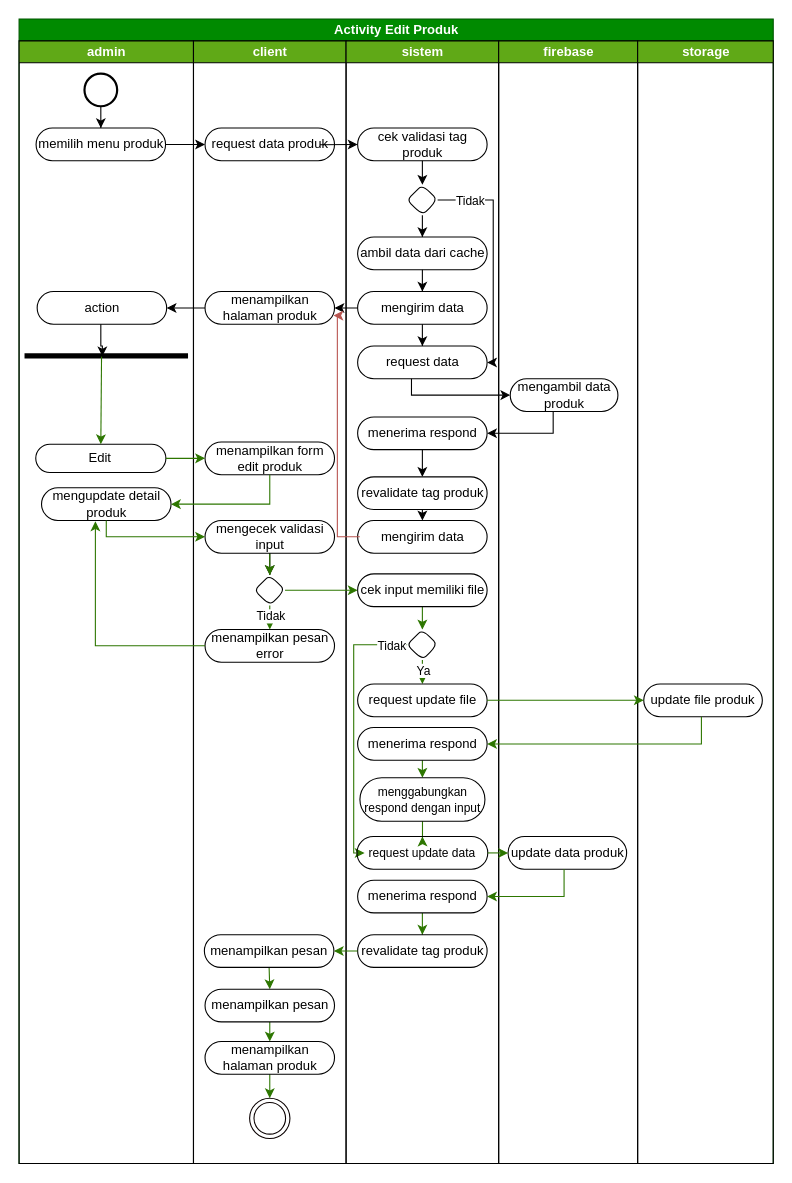
Earlier version of the draw.io diagram page "activity edit produk" (29 of 43) of skrpsian.drawio (ThikerXCX/umltoko). Source tidied: cells renumbered, new cells numbered last; positions are measured from the earlier drawing's top-left corner, leaving out a move shared by most shapes. Both pictures are drawn from the tidied source at 109%, with x=0, y=0 at pixel (19, 19).
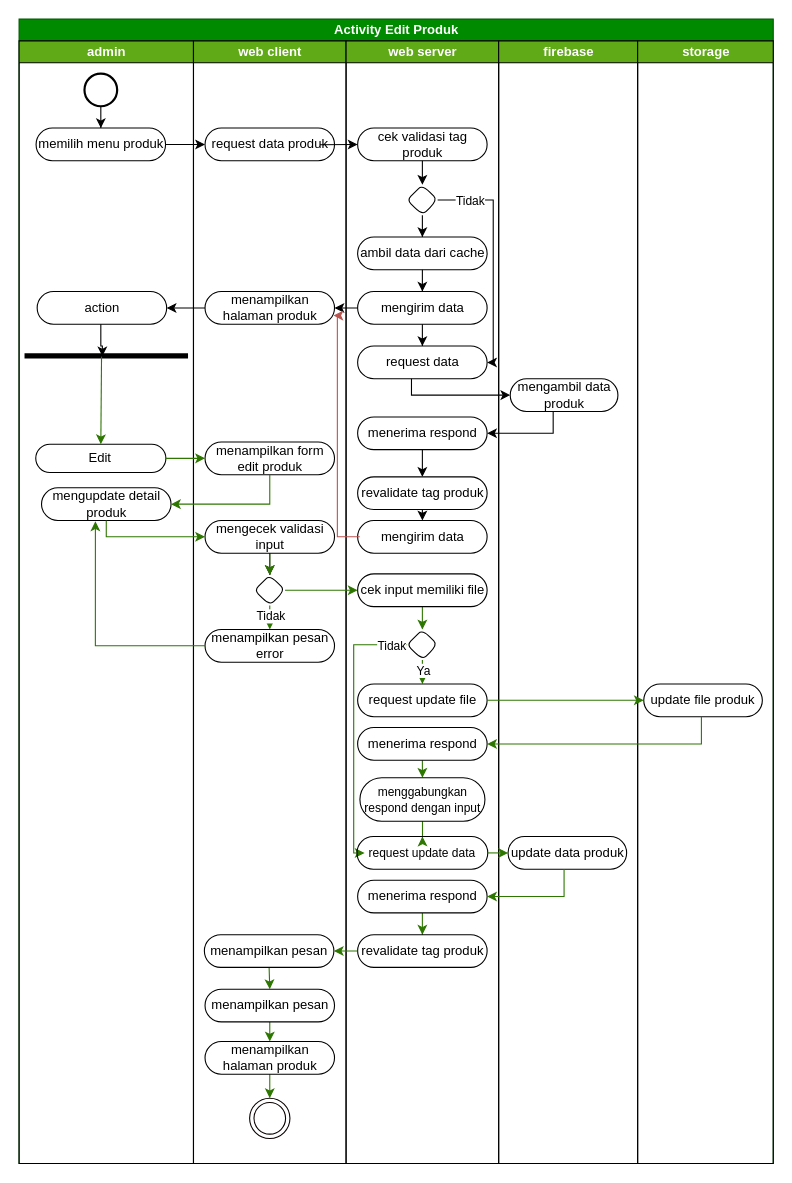
The same page after the edit.

Unchanged cells that the change refers to:
```xml
<mxCell id="2" value="Activity Edit Produk" style="swimlane;startSize=20;html=1;fillColor=#008a00;fontColor=#ffffff;strokeColor=#005700;" parent="1" vertex="1">
  <mxGeometry width="691.9" height="1050" as="geometry" />
</mxCell>
```

Change to the diagram source:
```diff
@@
-    <mxCell id="13" value="client" style="swimlane;startSize=20;html=1;fillColor=#60a917;fontColor=#ffffff;strokeColor=#000000;" parent="2" vertex="1">
+    <mxCell id="13" value="web client" style="swimlane;startSize=20;html=1;fillColor=#60a917;fontColor=#ffffff;strokeColor=#000000;" parent="2" vertex="1">
       <mxGeometry x="160" y="20" width="140" height="1030" as="geometry" />
     </mxCell>
@@
-    <mxCell id="31" value="sistem" style="swimlane;startSize=20;html=1;fillColor=#60a917;fontColor=#ffffff;strokeColor=#000000;" parent="2" vertex="1">
+    <mxCell id="31" value="web server" style="swimlane;startSize=20;html=1;fillColor=#60a917;fontColor=#ffffff;strokeColor=#000000;" parent="2" vertex="1">
       <mxGeometry x="300" y="20" width="140" height="1030" as="geometry" />
     </mxCell>
```
